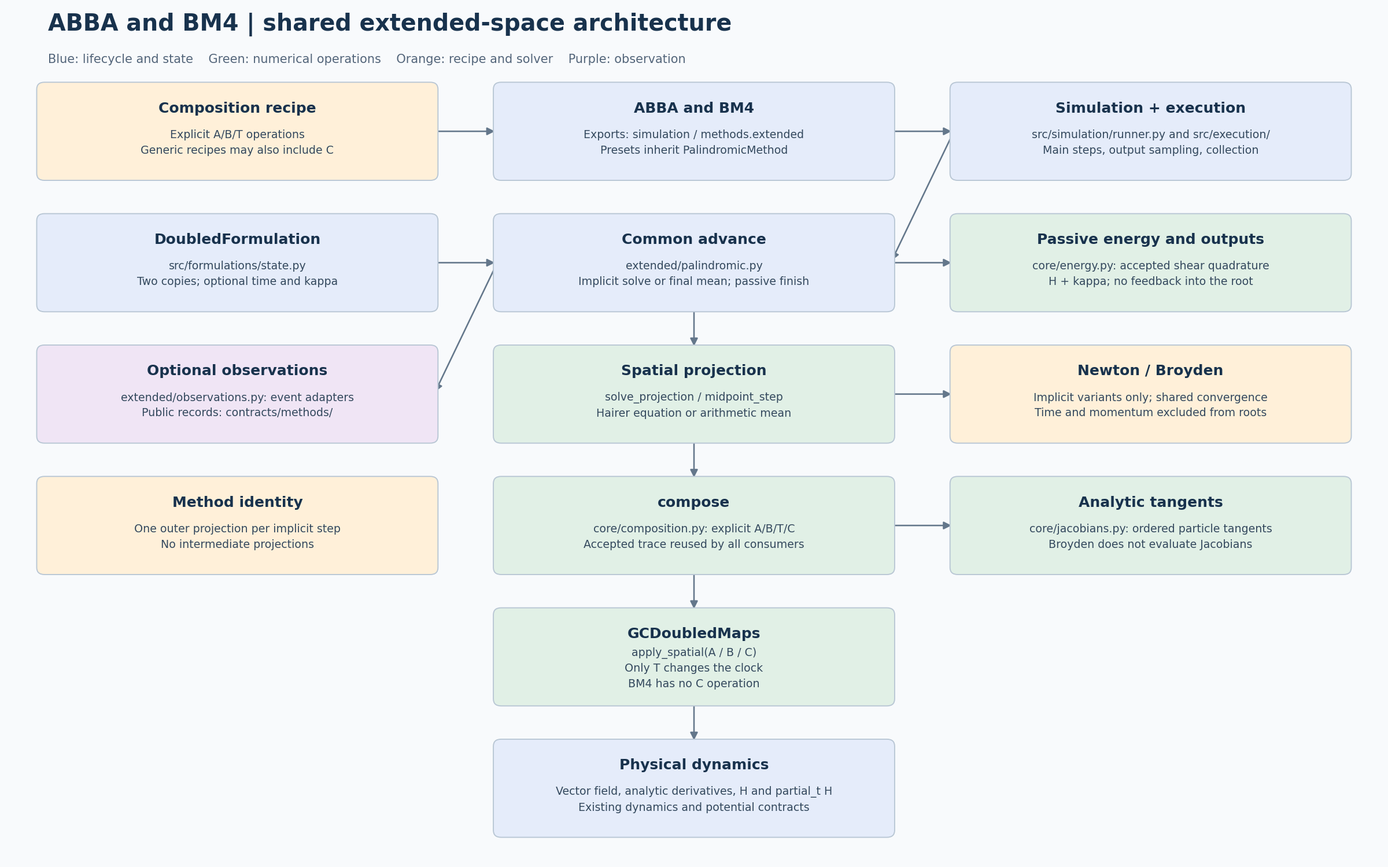
Earlier version of the PlantUML export docs/models/extended/simulation/extended-simulation-architecture.png (Jugibe-52/GC2D_intranet). Its source is kept beside it as docs/models/extended/simulation/extended-simulation-architecture.puml.
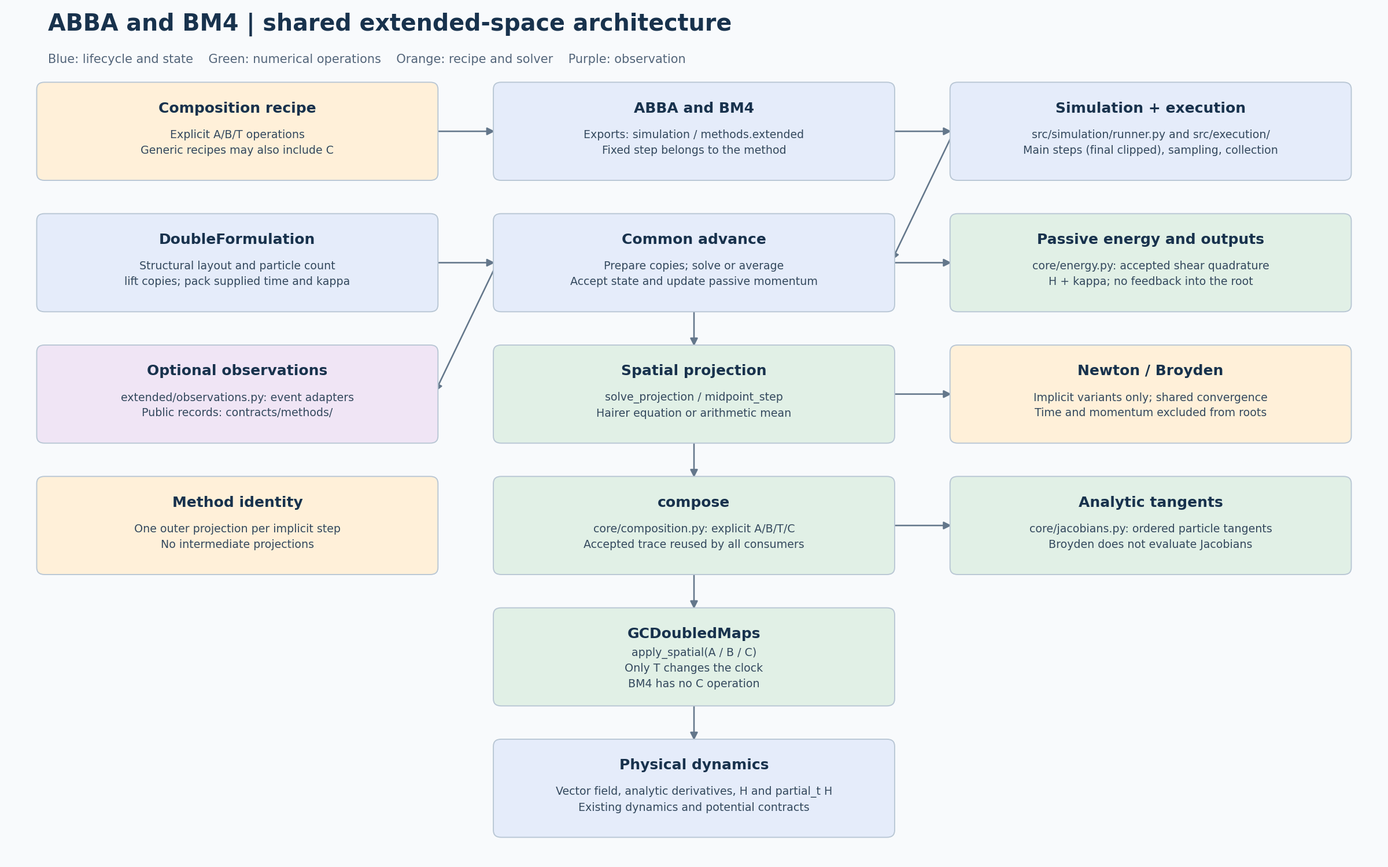
The same file after the commit.

Change to the diagram source:
```diff
@@ -3,10 +3,10 @@
   graph [rankdir=TB, bgcolor="#f8fafc"];
   node [shape=box, style="rounded,filled", fontname="DejaVu Sans"];
   recipe [label="Composition recipe\nExplicit A/B/T operations\nGeneric recipes may also include C", fillcolor="#fff0d9"];
-  method [label="ABBA and BM4\nExports: simulation / methods.extended\nPresets inherit PalindromicMethod", fillcolor="#e5ecfa"];
-  driver [label="Simulation + execution\nsrc/simulation/runner.py and src/execution/\nMain steps, output sampling, collection", fillcolor="#e5ecfa"];
-  state [label="DoubledFormulation\nsrc/formulations/state.py\nTwo copies; optional time and kappa", fillcolor="#e5ecfa"];
-  advance [label="Common advance\nextended/palindromic.py\nImplicit solve or final mean; passive finish", fillcolor="#e5ecfa"];
+  method [label="ABBA and BM4\nExports: simulation / methods.extended\nFixed step belongs to the method", fillcolor="#e5ecfa"];
+  driver [label="Simulation + execution\nsrc/simulation/runner.py and src/execution/\nMain steps (final clipped), sampling, collection", fillcolor="#e5ecfa"];
+  state [label="DoubleFormulation\nStructural layout and particle count\nlift copies; pack supplied time and kappa", fillcolor="#e5ecfa"];
+  advance [label="Common advance\nPrepare copies; solve or average\nAccept state and update passive momentum", fillcolor="#e5ecfa"];
   energy [label="Passive energy and outputs\ncore/energy.py: accepted shear quadrature\nH + kappa; no feedback into the root", fillcolor="#e1f0e6"];
   observe [label="Optional observations\nextended/observations.py: event adapters\nPublic records: contracts/methods/", fillcolor="#f0e5f5"];
   projection [label="Spatial projection\nsolve_projection / midpoint_step\nHairer equation or arithmetic mean", fillcolor="#e1f0e6"];
```
